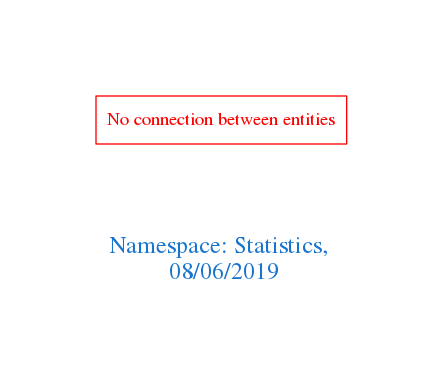
arago/OGIT keeps this Graphviz diagram as downloads/Statistics.png. Above is the earlier version. Its source is kept beside it as downloads/Statistics.dot.
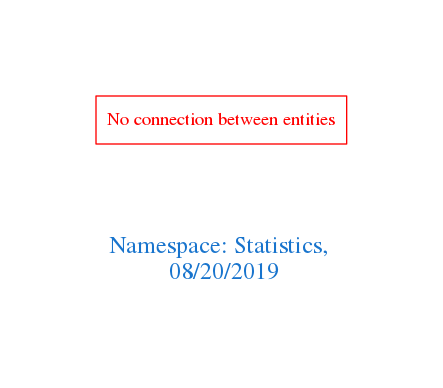
The same file after the commit.

The edit, as a diff of the source:
```diff
@@ -1,7 +1,7 @@
 digraph OGIT_ontology {
  graph [ rankdir= LR,pad=1
 fontsize = 18,
-fontcolor= dodgerblue3,label = "\n\n\nNamespace: Statistics, \n 08/06/2019"];
+fontcolor= dodgerblue3,label = "\n\n\nNamespace: Statistics, \n 08/20/2019"];
 node[shape=polygon];
 edge [  color="gray81"];
 
```
